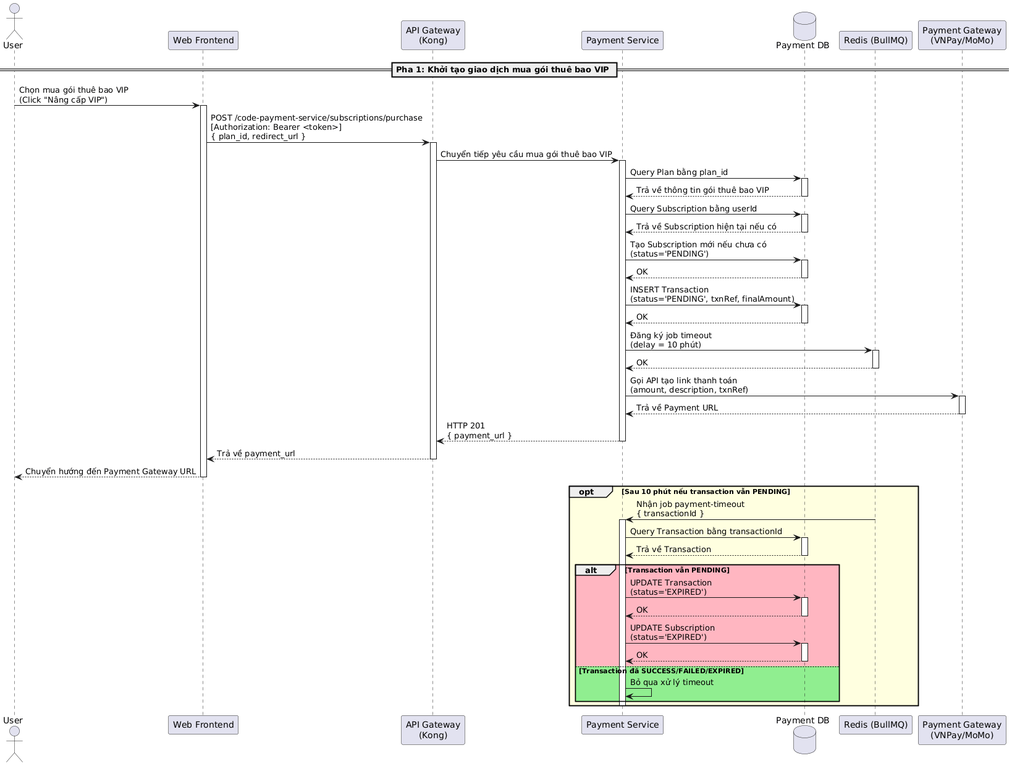
20206205Tech/docs-latex keeps this PlantUML diagram as latex/contents/Sequence/UML-Sequence-29.png. Above is the earlier version.
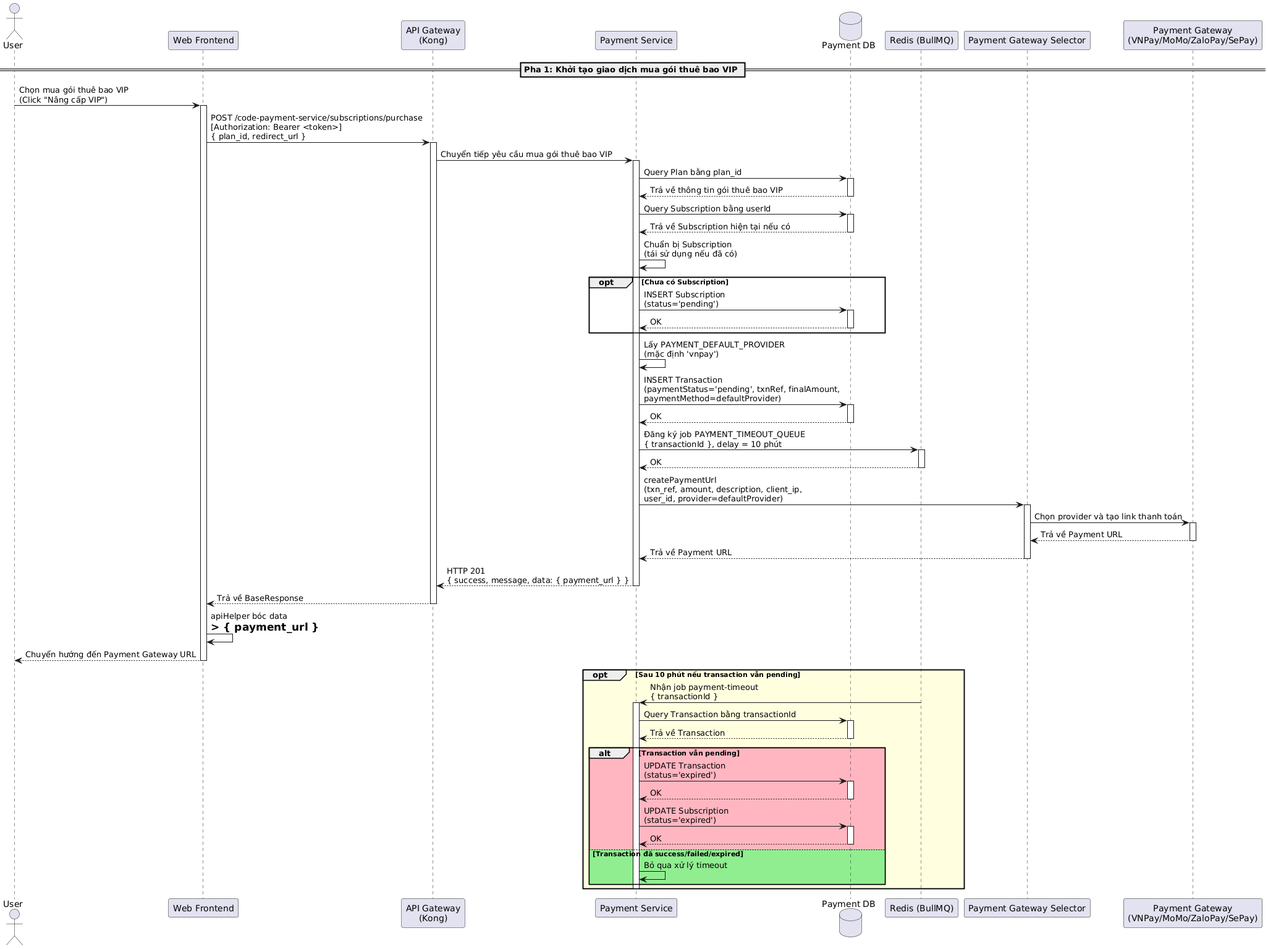
After the commit.

Change to the diagram source:
```diff
@@ -5,7 +5,8 @@
 participant "Payment Service" as PaymentService
 database "Payment DB" as DB
 participant "Redis (BullMQ)" as Redis
-participant "Payment Gateway\n(VNPay/MoMo)" as Gateway
+participant "Payment Gateway Selector" as GatewaySelector
+participant "Payment Gateway\n(VNPay/MoMo/ZaloPay/SePay)" as Gateway
 
 == Pha 1: Khởi tạo giao dịch mua gói thuê bao VIP ==
 
@@ -26,34 +27,45 @@
 DB --> PaymentService: Trả về Subscription hiện tại nếu có
 deactivate DB
 
-PaymentService -> DB: Tạo Subscription mới nếu chưa có\n(status='PENDING')
+PaymentService -> PaymentService: Chuẩn bị Subscription\n(tái sử dụng nếu đã có)
+
+opt Chưa có Subscription
+PaymentService -> DB: INSERT Subscription\n(status='pending')
+activate DB
+DB --> PaymentService: OK
+deactivate DB
+end
+
+PaymentService -> PaymentService: Lấy PAYMENT_DEFAULT_PROVIDER\n(mặc định 'vnpay')
+
+PaymentService -> DB: INSERT Transaction\n(paymentStatus='pending', txnRef, finalAmount,\npaymentMethod=defaultProvider)
 activate DB
 DB --> PaymentService: OK
 deactivate DB
 
-PaymentService -> DB: INSERT Transaction\n(status='PENDING', txnRef, finalAmount)
-activate DB
-DB --> PaymentService: OK
-deactivate DB
-
-PaymentService -> Redis: Đăng ký job timeout\n(delay = 10 phút)
+PaymentService -> Redis: Đăng ký job PAYMENT_TIMEOUT_QUEUE\n{ transactionId }, delay = 10 phút
 activate Redis
 Redis --> PaymentService: OK
 deactivate Redis
 
-PaymentService -> Gateway: Gọi API tạo link thanh toán\n(amount, description, txnRef)
+PaymentService -> GatewaySelector: createPaymentUrl\n(txn_ref, amount, description, client_ip,\nuser_id, provider=defaultProvider)
+activate GatewaySelector
+GatewaySelector -> Gateway: Chọn provider và tạo link thanh toán
 activate Gateway
-Gateway --> PaymentService: Trả về Payment URL
+Gateway --> GatewaySelector: Trả về Payment URL
 deactivate Gateway
+GatewaySelector --> PaymentService: Trả về Payment URL
+deactivate GatewaySelector
 
-PaymentService --> Kong: HTTP 201\n{ payment_url }
+PaymentService --> Kong: HTTP 201\n{ success, message, data: { payment_url } }
 deactivate PaymentService
-Kong --> Frontend: Trả về payment_url
+Kong --> Frontend: Trả về BaseResponse
 deactivate Kong
+Frontend -> Frontend: apiHelper bóc data\n=> { payment_url }
 Frontend --> User: Chuyển hướng đến Payment Gateway URL
 deactivate Frontend
 
-opt #LightYellow Sau 10 phút nếu transaction vẫn PENDING
+opt #LightYellow Sau 10 phút nếu transaction vẫn pending
 Redis -> PaymentService: Nhận job payment-timeout\n{ transactionId }
 activate PaymentService
 PaymentService -> DB: Query Transaction bằng transactionId
@@ -61,16 +73,16 @@
 DB --> PaymentService: Trả về Transaction
 deactivate DB
 
-alt #LightPink Transaction vẫn PENDING
-PaymentService -> DB: UPDATE Transaction\n(status='EXPIRED')
+alt #LightPink Transaction vẫn pending
+PaymentService -> DB: UPDATE Transaction\n(status='expired')
 activate DB
 DB --> PaymentService: OK
 deactivate DB
-PaymentService -> DB: UPDATE Subscription\n(status='EXPIRED')
+PaymentService -> DB: UPDATE Subscription\n(status='expired')
 activate DB
 DB --> PaymentService: OK
 deactivate DB
-else #LightGreen Transaction đã SUCCESS/FAILED/EXPIRED
+else #LightGreen Transaction đã success/failed/expired
 PaymentService -> PaymentService: Bỏ qua xử lý timeout
 end
 deactivate PaymentService
```
